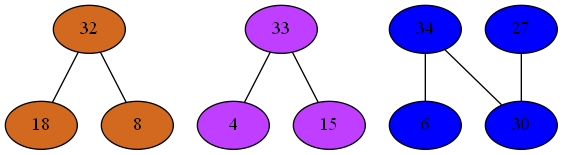
The Graphviz diagram Compiler/10phiGraph.png in mbajaj92/Project-Astoria, before a commit. Its source is kept beside it as Compiler/10phiGraph.dot. Source of this version:
```dot
strict graph {
32[label="32" style=filled fillcolor="chocolate"];
32 -- 18
32 -- 8
33[label="33" style=filled fillcolor="darkorchid1"];
33 -- 4
33 -- 15
18[label="18" style=filled fillcolor="chocolate"];
18 -- 32
34[label="34" style=filled fillcolor="blue1"];
34 -- 6
34 -- 30
4[label="4" style=filled fillcolor="darkorchid1"];
4 -- 33
6[label="6" style=filled fillcolor="blue1"];
6 -- 34
8[label="8" style=filled fillcolor="chocolate"];
8 -- 32
27[label="27" style=filled fillcolor="blue1"];
27 -- 30
30[label="30" style=filled fillcolor="blue1"];
30 -- 34
30 -- 27
15[label="15" style=filled fillcolor="darkorchid1"];
15 -- 33
}
```
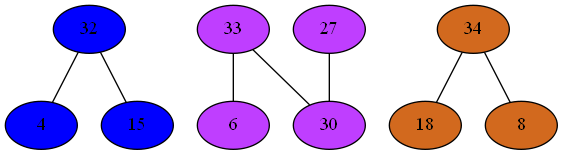
Later version of the same file.

Change to the diagram source:
```diff
@@ -1,26 +1,26 @@
 strict graph {
-32[label="32" style=filled fillcolor="chocolate"];
-32 -- 18
-32 -- 8
+32[label="32" style=filled fillcolor="blue1"];
+32 -- 4
+32 -- 15
 33[label="33" style=filled fillcolor="darkorchid1"];
-33 -- 4
-33 -- 15
+33 -- 6
+33 -- 30
+34[label="34" style=filled fillcolor="chocolate"];
+34 -- 18
+34 -- 8
 18[label="18" style=filled fillcolor="chocolate"];
-18 -- 32
-34[label="34" style=filled fillcolor="blue1"];
-34 -- 6
-34 -- 30
-4[label="4" style=filled fillcolor="darkorchid1"];
-4 -- 33
-6[label="6" style=filled fillcolor="blue1"];
-6 -- 34
+18 -- 34
+4[label="4" style=filled fillcolor="blue1"];
+4 -- 32
+6[label="6" style=filled fillcolor="darkorchid1"];
+6 -- 33
 8[label="8" style=filled fillcolor="chocolate"];
-8 -- 32
-27[label="27" style=filled fillcolor="blue1"];
+8 -- 34
+27[label="27" style=filled fillcolor="darkorchid1"];
 27 -- 30
-30[label="30" style=filled fillcolor="blue1"];
-30 -- 34
+30[label="30" style=filled fillcolor="darkorchid1"];
+30 -- 33
 30 -- 27
-15[label="15" style=filled fillcolor="darkorchid1"];
-15 -- 33
+15[label="15" style=filled fillcolor="blue1"];
+15 -- 32
 }
```
